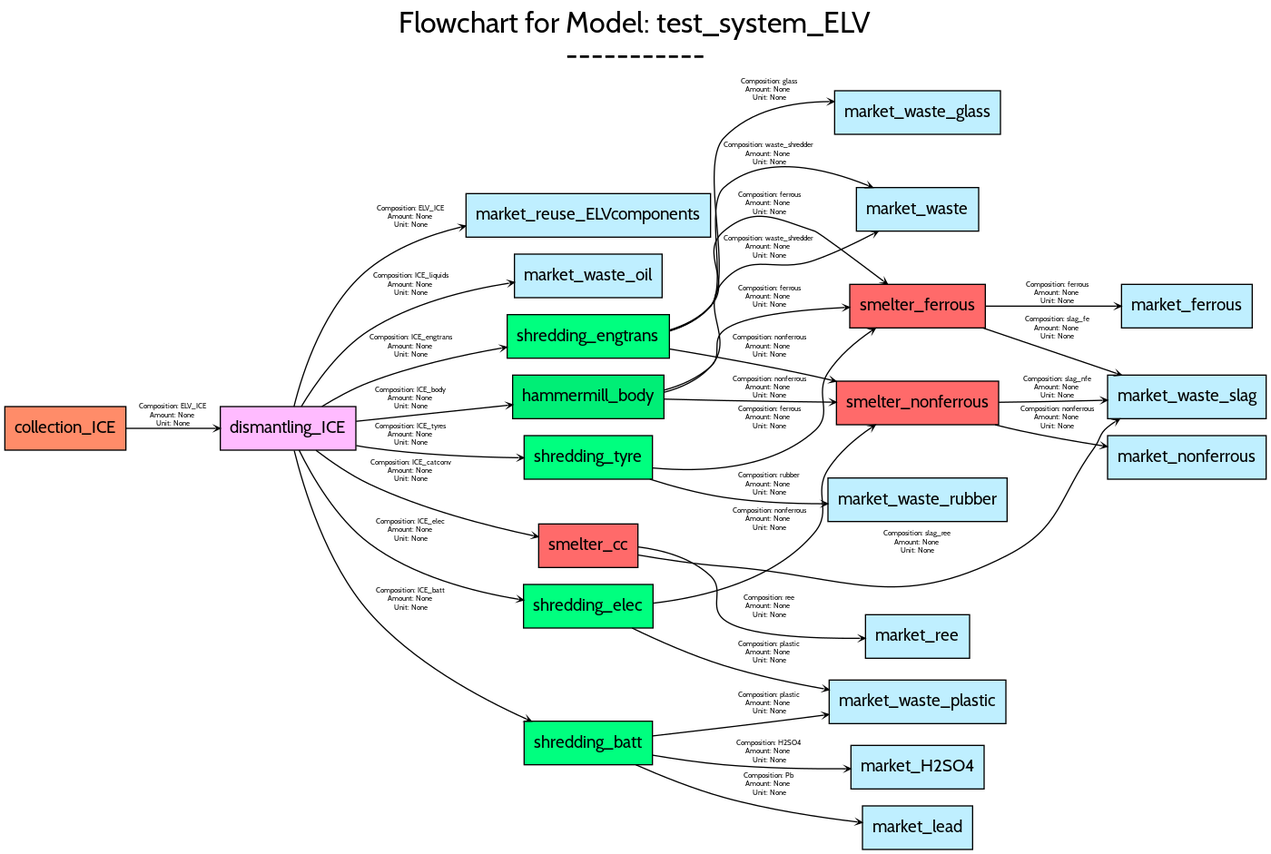
FutuRaM-Project/Recovery-Model keeps this Graphviz diagram as src/examples/ELV/figures/flowcharts/models/png/test_system_ELV.png. Above is the earlier version. Its source is kept beside it as src/examples/ELV/figures/flowcharts/models/dot/test_system_ELV.dot.
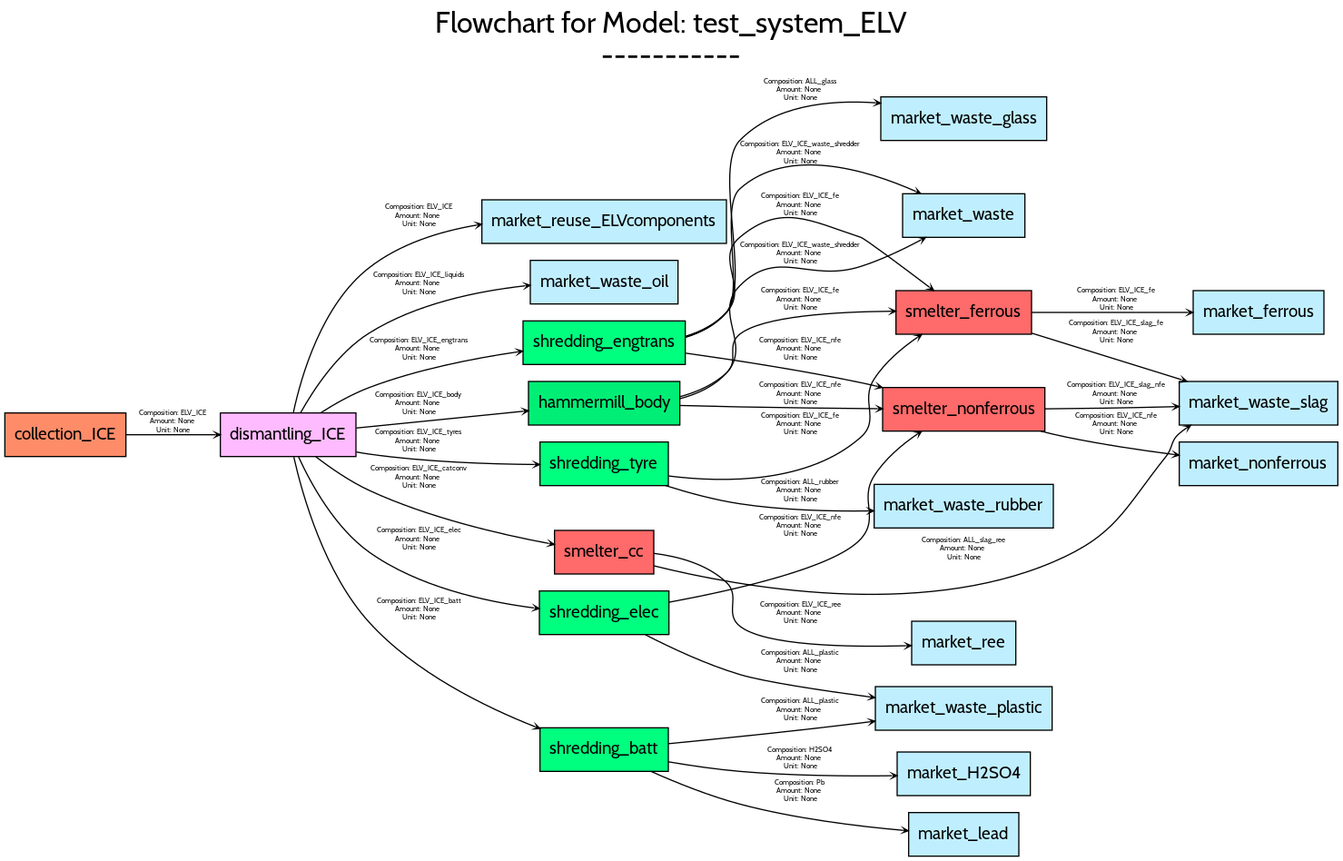
After the change.

Change to the diagram source:
```diff
@@ -1,5 +1,5 @@
 digraph {
-	graph [bb="0,0,1042,698",
+	graph [bb="0,0,1101,703",
 		engine=neato,
 		fontname=Cabin,
 		fontsize=24,
@@ -8,7 +8,7 @@
 		labeljust=c,
 		labelloc=tc,
 		lheight=0.72,
-		lp="521,668",
+		lp="550.5,673",
 		lwidth=5.43,
 		nodesep=0.2,
 		rankdir=LR,
@@ -67,7 +67,7 @@
 			fontname=Cabin,
 			fontsize=14,
 			height=0.5,
-			pos="482,524",
+			pos="495,524",
 			shape=box,
 			style=filled,
 			width=2.8056];
@@ -75,7 +75,7 @@
 			fontname=Cabin,
 			fontsize=14,
 			height=0.5,
-			pos="754,289",
+			pos="792,289",
 			shape=box,
 			style=filled,
 			width=2.0556];
@@ -83,7 +83,7 @@
 			fontname=Cabin,
 			fontsize=14,
 			height=0.5,
-			pos="754,176",
+			pos="792,176",
 			shape=box,
 			style=filled,
 			width=1.1944];
@@ -91,7 +91,7 @@
 			fontname=Cabin,
 			fontsize=14,
 			height=0.5,
-			pos="754,18",
+			pos="792,18",
 			shape=box,
 			style=filled,
 			width=1.2639];
@@ -99,7 +99,7 @@
 			fontname=Cabin,
 			fontsize=14,
 			height=0.5,
-			pos="754,68",
+			pos="792,68",
 			shape=box,
 			style=filled,
 			width=1.5278];
@@ -107,7 +107,7 @@
 			fontname=Cabin,
 			fontsize=14,
 			height=0.5,
-			pos="976.5,324",
+			pos="1035.5,324",
 			shape=box,
 			style=filled,
 			width=1.8194];
@@ -115,7 +115,7 @@
 			fontname=Cabin,
 			fontsize=14,
 			height=0.5,
-			pos="976.5,449",
+			pos="1035.5,449",
 			shape=box,
 			style=filled,
 			width=1.5];
@@ -123,7 +123,7 @@
 			fontname=Cabin,
 			fontsize=14,
 			height=0.5,
-			pos="754,529",
+			pos="792,529",
 			shape=box,
 			style=filled,
 			width=1.4028];
@@ -131,7 +131,7 @@
 			fontname=Cabin,
 			fontsize=14,
 			height=0.5,
-			pos="754,609",
+			pos="792,609",
 			shape=box,
 			style=filled,
 			width=1.9028];
@@ -139,7 +139,7 @@
 			fontname=Cabin,
 			fontsize=14,
 			height=0.5,
-			pos="754,122",
+			pos="792,122",
 			shape=box,
 			style=filled,
 			width=2.0278];
@@ -147,7 +147,7 @@
 			fontname=Cabin,
 			fontsize=14,
 			height=0.5,
-			pos="976.5,374",
+			pos="1035.5,374",
 			shape=box,
 			style=filled,
 			width=1.8194];
@@ -155,7 +155,7 @@
 			fontname=Cabin,
 			fontsize=14,
 			height=0.5,
-			pos="482,474",
+			pos="495,474",
 			shape=box,
 			style=filled,
 			width=1.6944];
@@ -174,7 +174,7 @@
 			fontname=Cabin,
 			fontsize=14,
 			height=0.5,
-			pos="482,424",
+			pos="495,424",
 			shape=box,
 			style=filled,
 			width=1.8611];
@@ -182,7 +182,7 @@
 			fontname=Cabin,
 			fontsize=14,
 			height=0.5,
-			pos="482,324",
+			pos="495,324",
 			shape=box,
 			style=filled,
 			width=1.4722];
@@ -190,7 +190,7 @@
 			fontname=Cabin,
 			fontsize=14,
 			height=0.5,
-			pos="482,201",
+			pos="495,201",
 			shape=box,
 			style=filled,
 			width=1.4861];
@@ -198,7 +198,7 @@
 			fontname=Cabin,
 			fontsize=14,
 			height=0.5,
-			pos="482,88",
+			pos="495,88",
 			shape=box,
 			style=filled,
 			width=1.4722];
@@ -217,7 +217,7 @@
 			fontname=Cabin,
 			fontsize=14,
 			height=0.5,
-			pos="482,374",
+			pos="495,374",
 			shape=box,
 			style=filled,
 			width=1.7361];
@@ -236,7 +236,7 @@
 			fontname=Cabin,
 			fontsize=14,
 			height=0.5,
-			pos="482,251",
+			pos="495,251",
 			shape=box,
 			style=filled,
 			width=1.1389];
@@ -244,7 +244,7 @@
 			fontname=Cabin,
 			fontsize=14,
 			height=0.5,
-			pos="754,369",
+			pos="792,369",
 			shape=box,
 			style=filled,
 			width=1.8611];
@@ -252,7 +252,7 @@
 			fontname=Cabin,
 			fontsize=14,
 			height=0.5,
-			pos="754,449",
+			pos="792,449",
 			shape=box,
 			style=filled,
 			width=1.5556];
@@ -275,163 +275,163 @@
 		label="Composition: ELV_ICE
 Amount: None
 Unit: None",
-		lp="335.5,522.5",
-		pos="e,380.65,515.27 238.86,366.01 245.98,394.67 263.95,450.44 301,480 322.57,497.21 349.9,507.83 376.7,514.34"];
+		lp="342,528.5",
+		pos="e,393.92,521.8 238.25,366.04 244.63,395.96 261.75,455.57 301,486 326.18,505.53 358.65,515.87 389.74,521.12"];
 	dismantling_ICE -> market_waste_oil	[arrowhead=vee,
 		arrowsize=0.4,
 		color=black,
 		fontname=Cabin,
 		fontsize=6,
-		label="Composition: ICE_liquids
+		label="Composition: ELV_ICE_liquids
 Amount: None
 Unit: None",
-		lp="335.5,466.5",
-		pos="e,420.9,468.67 244.92,366.02 256.11,384.64 276.04,413.14 301,429 335.62,450.99 380.33,462.24 416.52,467.99"];
+		lp="342,472.5",
+		pos="e,433.91,471.42 244.26,366.14 255.14,385.56 275.07,415.76 301,432 339.55,456.15 389.98,466.55 429.62,470.96"];
 	dismantling_ICE -> shredding_engtrans	[arrowhead=vee,
 		arrowsize=0.4,
 		color=black,
 		fontname=Cabin,
 		fontsize=6,
-		label="Composition: ICE_engtrans
+		label="Composition: ELV_ICE_engtrans
 Amount: None
 Unit: None",
-		lp="335.5,415.5",
-		pos="e,414.59,415.1 261.98,366.11 273.58,373.2 287.54,380.85 301,386 335.97,399.37 376.66,408.47 410.5,414.4"];
+		lp="342,418.5",
+		pos="e,427.69,417.02 260.92,366.13 272.68,373.6 287.06,381.73 301,387 340.26,401.85 386.35,410.97 423.65,416.44"];
 	dismantling_ICE -> shredding_tyre	[arrowhead=vee,
 		arrowsize=0.4,
 		color=black,
 		fontname=Cabin,
 		fontsize=6,
-		label="Composition: ICE_tyres
+		label="Composition: ELV_ICE_tyres
 Amount: None
 Unit: None",
-		lp="335.5,342.5",
-		pos="e,428.77,323.66 290.31,333.77 293.91,333.1 297.5,332.5 301,332 342.07,326.17 388.89,324.23 424.48,323.72"];
+		lp="342,342.5",
+		pos="e,441.73,323.4 290.3,333.76 293.91,333.09 297.5,332.49 301,332 346.66,325.58 398.94,323.75 437.57,323.43"];
 	dismantling_ICE -> shredding_elec	[arrowhead=vee,
 		arrowsize=0.4,
 		color=black,
 		fontname=Cabin,
 		fontsize=6,
-		label="Composition: ICE_elec
+		label="Composition: ELV_ICE_elec
 Amount: None
 Unit: None",
-		lp="335.5,263.5",
-		pos="e,428.48,206.11 243.1,329.98 253.56,308.68 273.71,273.51 301,253 336.88,226.03 386.37,213.03 424.37,206.77"];
+		lp="342,261.5",
+		pos="e,441.38,204.44 242.61,329.69 252.7,307.68 272.61,271.18 301,251 341.01,222.56 395.93,210.28 436.96,204.99"];
 	dismantling_ICE -> shredding_batt	[arrowhead=vee,
 		arrowsize=0.4,
 		color=black,
 		fontname=Cabin,
 		fontsize=6,
-		label="Composition: ICE_batt
+		label="Composition: ELV_ICE_batt
 Amount: None
 Unit: None",
-		lp="335.5,206.5",
-		pos="e,434.89,106.02 239.07,329.64 246.66,298.91 265.53,236.45 301,196 336.62,155.39 391.33,125.6 431.09,107.72"];
+		lp="342,203.5",
+		pos="e,441.92,105.32 238.67,329.62 245.76,298.21 264.02,233.7 301,193 338.35,151.89 395.65,123.58 438.12,106.8"];
 	dismantling_ICE -> hammermill_body	[arrowhead=vee,
 		arrowsize=0.4,
 		color=black,
 		fontname=Cabin,
 		fontsize=6,
-		label="Composition: ICE_body
+		label="Composition: ELV_ICE_body
 Amount: None
 Unit: None",
-		lp="335.5,372.5",
-		pos="e,419.5,367.5 290.21,353.83 327.25,357.75 376.21,362.93 415.27,367.05"];
+		lp="342,373.5",
+		pos="e,432.49,367.83 290.24,353.55 330.69,357.61 385.72,363.13 428.4,367.41"];
 	dismantling_ICE -> smelter_cc	[arrowhead=vee,
 		arrowsize=0.4,
 		color=black,
 		fontname=Cabin,
 		fontsize=6,
-		label="Composition: ICE_catconv
+		label="Composition: ELV_ICE_catconv
 Amount: None
 Unit: None",
-		lp="335.5,312.5",
-		pos="e,440.66,258.41 257.06,329.84 269.37,320.44 285.35,309.41 301,302 345.04,281.14 399.28,267.21 436.65,259.26"];
+		lp="342,312.5",
+		pos="e,453.79,257.38 256.71,329.95 269.05,320.47 285.16,309.33 301,302 349.4,279.6 409.36,265.7 449.48,258.18"];
 	shredding_engtrans -> market_waste	[arrowhead=vee,
 		arrowsize=0.4,
 		color=black,
 		fontname=Cabin,
 		fontsize=6,
-		label="Composition: waste_shredder
+		label="Composition: ELV_ICE_waste_shredder
 Amount: None
 Unit: None",
-		lp="631.5,574.5",
-		pos="e,717.01,547.05 549.03,428.67 561.92,432.57 574.16,438.9 583,449 597.43,465.49 577.66,532.39 594,547 626.07,575.67 677.52,563.07 \
-713.17,548.64"];
+		lp="657,580.5",
+		pos="e,756.43,547.15 562.06,428.64 574.95,432.54 587.18,438.88 596,449 610.97,466.19 590.04,535.77 607,551 646.42,586.4 711.27,567.15 \
+752.52,548.91"];
 	shredding_engtrans -> market_waste_glass	[arrowhead=vee,
 		arrowsize=0.4,
 		color=black,
 		fontname=Cabin,
 		fontsize=6,
-		label="Composition: glass
+		label="Composition: ALL_glass
 Amount: None
 Unit: None",
-		lp="631.5,627.5",
-		pos="e,685.13,618.04 549.02,428.38 561.99,432.28 574.27,438.69 583,449 603.02,472.65 572.67,565.52 594,588 615.92,611.1 649.99,617.75 \
-680.97,618.04"];
+		lp="657,632.5",
+		pos="e,723.28,621.8 562.03,428.37 575.01,432.27 587.28,438.68 596,449 616.43,473.18 584.85,568.4 607,591 635.4,619.97 680.6,624.73 719.1,\
+622.11"];
 	shredding_engtrans -> smelter_nonferrous	[arrowhead=vee,
 		arrowsize=0.4,
 		color=black,
 		fontname=Cabin,
 		fontsize=6,
-		label="Composition: nonferrous
+		label="Composition: ELV_ICE_nfe
 Amount: None
 Unit: None",
-		lp="631.5,415.5",
-		pos="e,686.63,386.91 549.11,413.6 584.76,407.66 629.44,399.68 669,391 673.49,390.02 678.1,388.95 682.73,387.85"];
+		lp="657,418.5",
+		pos="e,724.66,387.04 562.36,415.37 604.07,409.52 658.91,401.03 707,391 711.5,390.06 716.11,389.04 720.76,387.96"];
 	shredding_engtrans -> smelter_ferrous	[arrowhead=vee,
 		arrowsize=0.4,
 		color=black,
 		fontname=Cabin,
 		fontsize=6,
-		label="Composition: ferrous
+		label="Composition: ELV_ICE_fe
 Amount: None
 Unit: None",
-		lp="631.5,533.5",
-		pos="e,729.19,467.14 549.07,429.26 561.8,433.14 573.97,439.32 583,449 602.09,469.46 572.55,493.02 594,511 619.55,532.41 637.34,521.42 \
-669,511 672.34,509.9 702.57,487.3 725.81,469.7"];
+		lp="657,537.5",
+		pos="e,767.19,467.14 562.07,429.26 574.8,433.14 586.97,439.32 596,449 615.09,469.46 585.55,493.02 607,511 641.06,539.55 664.78,524.89 \
+707,511 710.34,509.9 740.57,487.3 763.81,469.7"];
 	shredding_tyre -> market_waste_rubber	[arrowhead=vee,
 		arrowsize=0.4,
 		color=black,
 		fontname=Cabin,
 		fontsize=6,
-		label="Composition: rubber
+		label="Composition: ALL_rubber
 Amount: None
 Unit: None",
-		lp="631.5,301.5",
-		pos="e,679.83,285.71 532.89,305.97 551.77,300 573.63,294.1 594,291 620.43,286.99 649.61,285.72 675.68,285.7"];
+		lp="657,301.5",
+		pos="e,717.65,285.15 545.89,305.95 564.77,299.98 586.62,294.08 607,291 641.61,285.77 680.31,284.65 713.25,285.08"];
 	shredding_tyre -> smelter_ferrous	[arrowhead=vee,
 		arrowsize=0.4,
 		color=black,
 		fontname=Cabin,
 		fontsize=6,
-		label="Composition: ferrous
+		label="Composition: ELV_ICE_fe
 Amount: None
 Unit: None",
-		lp="631.5,356.5",
-		pos="e,719.24,430.77 535.26,315.28 576.62,311.52 633.19,313.85 669,346 685.29,360.62 668.09,375.64 680,394 688.99,407.87 702.75,419.56 \
-715.91,428.55"];
+		lp="657,356.5",
+		pos="e,757.24,430.77 548.2,313.96 595.48,308.07 664.12,308.03 707,346 723.39,360.51 706.09,375.64 718,394 726.99,407.87 740.75,419.56 \
+753.91,428.55"];
 	shredding_elec -> market_waste_plastic	[arrowhead=vee,
 		arrowsize=0.4,
 		color=black,
 		fontname=Cabin,
 		fontsize=6,
-		label="Composition: plastic
+		label="Composition: ALL_plastic
 Amount: None
 Unit: None",
-		lp="631.5,162.5",
-		pos="e,680.91,132.01 518.19,182.98 539.63,172.63 567.85,160.12 594,152 620.48,143.78 650.19,137.43 676.69,132.74"];
+		lp="657,160.5",
+		pos="e,718.64,130.91 529.05,182.84 550.64,171.74 579.78,158.15 607,150 626.94,144.03 673.42,136.98 714.67,131.44"];
 	shredding_elec -> smelter_nonferrous	[arrowhead=vee,
 		arrowsize=0.4,
 		color=black,
 		fontname=Cabin,
 		fontsize=6,
-		label="Composition: nonferrous
+		label="Composition: ELV_ICE_nfe
 Amount: None
 Unit: None",
-		lp="631.5,272.5",
-		pos="e,719.13,350.85 535.54,203.52 578.23,208.54 636.5,222.73 669,262 684.06,280.2 667.32,294.07 680,314 688.88,327.95 702.62,339.65 \
-715.79,348.63"];
+		lp="657,272.5",
+		pos="e,757.13,350.85 548.55,209.69 603.89,219.92 685.89,238.55 707,262 722.8,279.56 705.32,294.07 718,314 726.88,327.95 740.62,339.65 \
+753.79,348.63"];
 	shredding_batt -> market_lead	[arrowhead=vee,
 		arrowsize=0.4,
 		color=black,
@@ -440,8 +440,8 @@
 		label="Composition: Pb
 Amount: None
 Unit: None",
-		lp="631.5,53.5",
-		pos="e,708.21,22.267 521.28,69.942 542.33,60.665 569.15,49.891 594,43 630.21,32.958 672.24,26.568 704,22.764"];
+		lp="657,53.5",
+		pos="e,746.14,20.945 533.72,69.96 554.83,60.57 581.88,49.685 607,43 651.94,31.041 704.65,24.622 742.11,21.296"];
 	shredding_batt -> market_H2SO4	[arrowhead=vee,
 		arrowsize=0.4,
 		color=black,
@@ -450,110 +450,110 @@
 		label="Composition: H2SO4
 Amount: None
 Unit: None",
-		lp="631.5,80.5",
-		pos="e,698.81,66.697 535.03,77.929 553.57,74.775 574.65,71.681 594,70 627.3,67.107 664.66,66.503 694.8,66.67"];
+		lp="657,80.5",
+		pos="e,736.95,66.463 548.03,77.91 566.57,74.755 587.65,71.665 607,70 648.9,66.395 696.37,65.969 732.59,66.406"];
 	shredding_batt -> market_waste_plastic	[arrowhead=vee,
 		arrowsize=0.4,
 		color=black,
 		fontname=Cabin,
 		fontsize=6,
-		label="Composition: plastic
+		label="Composition: ALL_plastic
 Amount: None
 Unit: None",
-		lp="631.5,120.5",
-		pos="e,680.62,111.55 535.16,93.828 572.46,98.08 623.86,104.11 669,110 671.49,110.33 674.03,110.66 676.58,111"];
+		lp="657,120.5",
+		pos="e,718.63,111.48 548.09,92.875 590.83,97.009 652.9,103.32 707,110 709.49,110.31 712.03,110.63 714.59,110.96"];
 	hammermill_body -> market_waste	[arrowhead=vee,
 		arrowsize=0.4,
 		color=black,
 		fontname=Cabin,
 		fontsize=6,
-		label="Composition: waste_shredder
+		label="Composition: ELV_ICE_waste_shredder
 Amount: None
 Unit: None",
-		lp="631.5,497.5",
-		pos="e,721.49,510.98 544.56,377.79 558.96,381.54 572.99,388.03 583,399 604.53,422.59 572.22,446.65 594,470 617.32,494.99 636.82,475.5 \
-669,487 685.56,492.92 703.08,501.31 717.8,509.03"];
+		lp="657,497.5",
+		pos="e,760.45,510.89 557.58,377.78 571.97,381.53 586,388.02 596,399 617.8,422.93 584.19,448.03 607,471 638.71,502.94 664.15,473.22 707,\
+487 724.03,492.48 741.89,500.97 756.74,508.89"];
 	hammermill_body -> smelter_nonferrous	[arrowhead=vee,
 		arrowsize=0.4,
 		color=black,
 		fontname=Cabin,
 		fontsize=6,
-		label="Composition: nonferrous
+		label="Composition: ELV_ICE_nfe
 Amount: None
 Unit: None",
-		lp="631.5,381.5",
-		pos="e,686.85,369.62 544.64,372.18 560.71,371.74 578,371.32 594,371 623.07,370.42 655.13,369.98 682.8,369.66"];
+		lp="657,381.5",
+		pos="e,725,369.46 557.64,372.16 573.71,371.73 591,371.3 607,371 644.6,370.29 686.52,369.81 720.85,369.5"];
 	hammermill_body -> smelter_ferrous	[arrowhead=vee,
 		arrowsize=0.4,
 		color=black,
 		fontname=Cabin,
 		fontsize=6,
-		label="Composition: ferrous
+		label="Composition: ELV_ICE_fe
 Amount: None
 Unit: None",
-		lp="631.5,456.5",
-		pos="e,697.74,448.05 544.71,379.63 558.59,383.4 572.35,389.43 583,399 593.56,408.49 582.89,420.16 594,429 609.17,441.08 654.98,445.93 \
-693.55,447.85"];
+		lp="657,459.5",
+		pos="e,735.88,450 557.59,379.41 571.56,383.18 585.38,389.26 596,399 607.08,409.17 595.2,421.68 607,431 625.83,445.87 685.41,449.51 731.73,\
+449.97"];
 	smelter_cc -> market_ree	[arrowhead=vee,
 		arrowsize=0.4,
 		color=black,
 		fontname=Cabin,
 		fontsize=6,
-		label="Composition: ree
+		label="Composition: ELV_ICE_ree
 Amount: None
 Unit: None",
-		lp="631.5,200.5",
-		pos="e,710.72,174.55 523,250.04 543.33,247.52 567.04,241.16 583,226 595.13,214.48 581,200.53 594,190 610.72,176.45 665.69,174.19 706.34,\
-174.51"];
+		lp="657,200.5",
+		pos="e,748.59,173.88 536,250.04 556.33,247.52 580.04,241.16 596,226 608.13,214.48 593.94,200.46 607,190 627.45,173.63 696.88,172.46 744.36,\
+173.75"];
 	smelter_cc -> market_waste_slag	[arrowhead=vee,
 		arrowsize=0.4,
 		color=black,
 		fontname=Cabin,
 		fontsize=6,
-		label="Composition: slag_ree
+		label="Composition: ALL_slag_ree
 Amount: None
 Unit: None",
-		lp="754,253.5",
-		pos="e,920.94,355.83 523.17,243.34 544.18,239.72 570.38,235.8 594,234 697.78,226.1 735.38,195.53 828,243 873.28,266.2 870.14,290.81 900,\
-332 905.28,339.29 904.02,343.32 911,349 913.02,350.64 915.15,352.18 917.38,353.63"];
+		lp="792,253.5",
+		pos="e,979.48,355.81 536.1,239.76 606.28,222.28 754.5,195.29 866,243 918.04,265.27 923.77,285.7 959,330 965.07,337.64 962.59,342.66 970,\
+349 971.92,350.64 973.95,352.18 976.07,353.62"];
 	smelter_nonferrous -> market_nonferrous	[arrowhead=vee,
 		arrowsize=0.4,
 		color=black,
 		fontname=Cabin,
 		fontsize=6,
-		label="Composition: nonferrous
+		label="Composition: ELV_ICE_nfe
 Amount: None
 Unit: None",
-		lp="869.5,356.5",
-		pos="e,910.66,332.99 818.12,350.94 825.14,349.16 832.2,347.47 839,346 860.86,341.26 884.9,337.05 906.63,333.62"];
+		lp="918,356.5",
+		pos="e,969.81,331.13 855.63,350.91 862.8,349.11 870.04,347.43 877,346 905.87,340.06 938.05,335.25 965.76,331.65"];
 	smelter_nonferrous -> market_waste_slag	[arrowhead=vee,
 		arrowsize=0.4,
 		color=black,
 		fontname=Cabin,
 		fontsize=6,
-		label="Composition: slag_nfe
+		label="Composition: ELV_ICE_slag_nfe
 Amount: None
 Unit: None",
-		lp="869.5,381.5",
-		pos="e,910.84,371.32 821.05,369.55 845.82,369.85 874.2,370.31 900,371 902.21,371.06 904.46,371.12 906.73,371.19"];
+		lp="918,381.5",
+		pos="e,969.84,371.31 859.25,369.38 889.64,369.66 926.15,370.15 959,371 961.21,371.06 963.46,371.12 965.73,371.19"];
 	smelter_ferrous -> market_ferrous	[arrowhead=vee,
 		arrowsize=0.4,
 		color=black,
 		fontname=Cabin,
 		fontsize=6,
-		label="Composition: ferrous
+		label="Composition: ELV_ICE_fe
 Amount: None
 Unit: None",
-		lp="869.5,459.5",
-		pos="e,922.27,449 810.07,449 843.05,449 884.89,449 918.24,449"];
+		lp="918,459.5",
+		pos="e,981.29,449 848.1,449 886.65,449 938.03,449 977.08,449"];
 	smelter_ferrous -> market_waste_slag	[arrowhead=vee,
 		arrowsize=0.4,
 		color=black,
 		fontname=Cabin,
 		fontsize=6,
-		label="Composition: slag_fe
+		label="Composition: ELV_ICE_slag_fe
 Amount: None
 Unit: None",
-		lp="869.5,430.5",
-		pos="e,922.48,392.03 808.1,430.94 841.4,419.61 884.33,405.01 918.38,393.43"];
+		lp="918,432.5",
+		pos="e,976.27,392.09 848.1,431.89 885.04,420.42 933.75,405.29 972.12,393.37"];
 }
```
